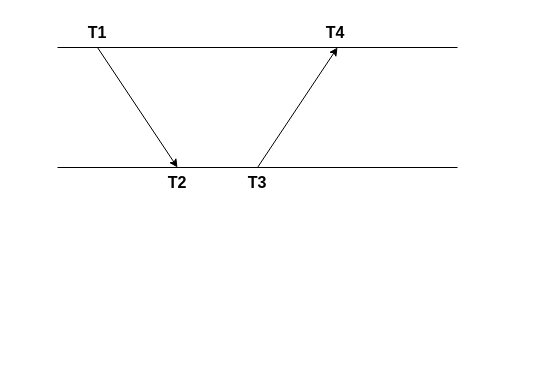
The draw.io diagram Untitled Diagram.drawio in mashii/test, before the edit. Source tidied: cells renumbered, new cells numbered last; positions are measured from the earlier drawing's top-left corner, leaving out a move shared by most shapes. Both pictures are drawn from the tidied source at 100%, with x=0, y=0 at pixel (57, 17).
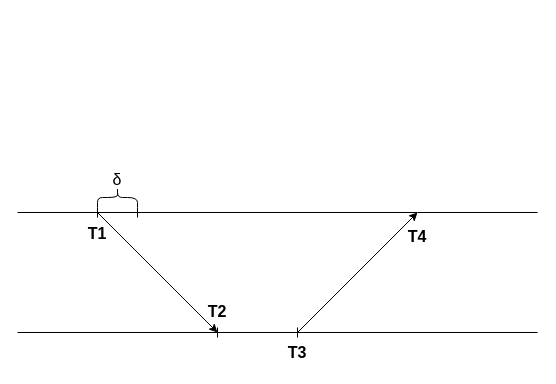
The same diagram, later.

What changed in the source:
```diff
@@
-    <mxCell id="2" style="endArrow=none;html=1;rounded=0;" parent="1" edge="1">
-      <mxGeometry relative="1" as="geometry">
-        <mxPoint y="30" as="sourcePoint" />
-        <mxPoint x="400" y="30" as="targetPoint" />
-      </mxGeometry>
-    </mxCell>
-    <mxCell id="3" style="endArrow=none;html=1;rounded=0;" parent="1" edge="1">
-      <mxGeometry relative="1" as="geometry">
-        <mxPoint y="150" as="sourcePoint" />
-        <mxPoint x="400" y="150" as="targetPoint" />
-      </mxGeometry>
-    </mxCell>
-    <mxCell id="4" style="endArrow=classic;html=1;rounded=0;" parent="1" edge="1">
-      <mxGeometry relative="1" as="geometry">
-        <mxPoint x="40" y="30" as="sourcePoint" />
-        <mxPoint x="120" y="150" as="targetPoint" />
-      </mxGeometry>
-    </mxCell>
-    <mxCell id="5" style="endArrow=classic;html=1;rounded=0;" parent="1" edge="1">
-      <mxGeometry relative="1" as="geometry">
-        <mxPoint x="200" y="150" as="sourcePoint" />
-        <mxPoint x="280" y="30" as="targetPoint" />
-      </mxGeometry>
-    </mxCell>
-    <mxCell id="6" value="&lt;font size=&quot;1&quot;&gt;&lt;b style=&quot;font-size: 16px&quot;&gt;T1&lt;/b&gt;&lt;/font&gt;" style="text;html=1;strokeColor=none;fillColor=none;align=center;verticalAlign=middle;whiteSpace=wrap;rounded=0;" parent="1" vertex="1">
-      <mxGeometry x="10" width="60" height="30" as="geometry" />
+    <mxCell id="6" value="&lt;b&gt;T1&lt;/b&gt;" style="text;html=1;strokeColor=none;fillColor=none;align=center;verticalAlign=middle;whiteSpace=wrap;rounded=0;fontSize=16;" parent="1" vertex="1">
+      <mxGeometry x="10" y="201" width="60" height="30" as="geometry" />
     </mxCell>
-    <mxCell id="7" value="&lt;font size=&quot;1&quot;&gt;&lt;b style=&quot;font-size: 16px&quot;&gt;T2&lt;/b&gt;&lt;/font&gt;" style="text;html=1;strokeColor=none;fillColor=none;align=center;verticalAlign=middle;whiteSpace=wrap;rounded=0;" parent="1" vertex="1">
-      <mxGeometry x="90" y="150" width="60" height="30" as="geometry" />
+    <mxCell id="7" value="&lt;b&gt;T2&lt;br&gt;&lt;/b&gt;" style="text;html=1;strokeColor=none;fillColor=none;align=center;verticalAlign=middle;whiteSpace=wrap;rounded=0;fontSize=16;" parent="1" vertex="1">
+      <mxGeometry x="130" y="279" width="60" height="30" as="geometry" />
     </mxCell>
-    <mxCell id="8" value="&lt;font size=&quot;1&quot;&gt;&lt;b style=&quot;font-size: 16px&quot;&gt;T3&lt;br&gt;&lt;/b&gt;&lt;/font&gt;" style="text;html=1;strokeColor=none;fillColor=none;align=center;verticalAlign=middle;whiteSpace=wrap;rounded=0;" parent="1" vertex="1">
-      <mxGeometry x="170" y="150" width="60" height="30" as="geometry" />
+    <mxCell id="8" value="&lt;b&gt;T3&lt;br&gt;&lt;/b&gt;" style="text;html=1;strokeColor=none;fillColor=none;align=center;verticalAlign=middle;whiteSpace=wrap;rounded=0;fontSize=16;" parent="1" vertex="1">
+      <mxGeometry x="210" y="320" width="60" height="30" as="geometry" />
     </mxCell>
-    <mxCell id="9" value="&lt;font size=&quot;1&quot;&gt;&lt;b style=&quot;font-size: 16px&quot;&gt;T4&lt;br&gt;&lt;/b&gt;&lt;/font&gt;" style="text;html=1;strokeColor=none;fillColor=none;align=center;verticalAlign=middle;whiteSpace=wrap;rounded=0;" parent="1" vertex="1">
-      <mxGeometry x="248" width="60" height="30" as="geometry" />
+    <mxCell id="9" value="&lt;b&gt;T4&lt;br&gt;&lt;/b&gt;" style="text;html=1;strokeColor=none;fillColor=none;align=center;verticalAlign=middle;whiteSpace=wrap;rounded=0;fontSize=16;" parent="1" vertex="1">
+      <mxGeometry x="330" y="204" width="60" height="30" as="geometry" />
     </mxCell>
+    <mxCell id="10" style="shape=curlyBracket;whiteSpace=wrap;html=1;rounded=1;fontSize=16;gradientColor=none;rotation=90;size=0.5;" parent="1" vertex="1">
+      <mxGeometry x="50" y="160" width="20" height="40" as="geometry" />
+    </mxCell>
+    <mxCell id="11" style="shape=crossbar;whiteSpace=wrap;html=1;rounded=1;fontSize=16;gradientColor=none;" parent="1" vertex="1">
+      <mxGeometry x="40" y="190" width="40" height="10" as="geometry" />
+    </mxCell>
+    <mxCell id="12" style="endArrow=none;html=1;rounded=0;fontSize=16;" parent="1" edge="1">
+      <mxGeometry relative="1" as="geometry">
+        <mxPoint x="40" y="195" as="sourcePoint" />
+        <mxPoint x="-40" y="195" as="targetPoint" />
+      </mxGeometry>
+    </mxCell>
+    <mxCell id="13" style="endArrow=none;html=1;rounded=0;fontSize=16;" parent="1" edge="1">
+      <mxGeometry relative="1" as="geometry">
+        <mxPoint x="480" y="195" as="sourcePoint" />
+        <mxPoint x="360" y="195" as="targetPoint" />
+      </mxGeometry>
+    </mxCell>
+    <mxCell id="14" style="endArrow=classic;html=1;rounded=0;fontSize=16;exitX=0;exitY=0.5;exitDx=0;exitDy=0;exitPerimeter=0;entryX=1;entryY=0.5;entryDx=0;entryDy=0;entryPerimeter=0;" parent="1" edge="1" source="11">
+      <mxGeometry relative="1" as="geometry">
+        <mxPoint x="160" y="315" as="targetPoint" />
+      </mxGeometry>
+    </mxCell>
+    <mxCell id="15" style="shape=crossbar;whiteSpace=wrap;html=1;rounded=1;fontSize=16;gradientColor=none;" parent="1" vertex="1">
+      <mxGeometry x="160" y="310" width="80" height="10" as="geometry" />
+    </mxCell>
+    <mxCell id="16" style="endArrow=classic;html=1;rounded=0;fontSize=16;exitX=0;exitY=0.5;exitDx=0;exitDy=0;exitPerimeter=0;entryX=1;entryY=0.5;entryDx=0;entryDy=0;entryPerimeter=0;" parent="1" edge="1">
+      <mxGeometry relative="1" as="geometry">
+        <mxPoint x="240" y="315" as="sourcePoint" />
+        <mxPoint x="360" y="195" as="targetPoint" />
+      </mxGeometry>
+    </mxCell>
+    <mxCell id="17" style="endArrow=none;html=1;rounded=0;fontSize=16;exitX=0;exitY=0.5;exitDx=0;exitDy=0;exitPerimeter=0;" parent="1" edge="1" source="15">
+      <mxGeometry relative="1" as="geometry">
+        <mxPoint x="-40" y="315" as="targetPoint" />
+      </mxGeometry>
+    </mxCell>
+    <mxCell id="18" style="endArrow=none;html=1;rounded=0;fontSize=16;" parent="1" edge="1">
+      <mxGeometry relative="1" as="geometry">
+        <mxPoint x="480" y="315" as="sourcePoint" />
+        <mxPoint x="240" y="315" as="targetPoint" />
+      </mxGeometry>
+    </mxCell>
+    <mxCell id="19" style="endArrow=none;html=1;rounded=0;fontSize=16;exitX=1;exitY=0.5;exitDx=0;exitDy=0;exitPerimeter=0;" parent="1" edge="1" source="11">
+      <mxGeometry relative="1" as="geometry">
+        <mxPoint x="360" y="195" as="targetPoint" />
+      </mxGeometry>
+    </mxCell>
+    <mxCell id="20" value="δ" style="text;html=1;strokeColor=none;fillColor=none;align=center;verticalAlign=middle;whiteSpace=wrap;rounded=0;fontSize=16;" parent="1" vertex="1">
+      <mxGeometry x="30" y="147" width="60" height="30" as="geometry" />
+    </mxCell>
```
